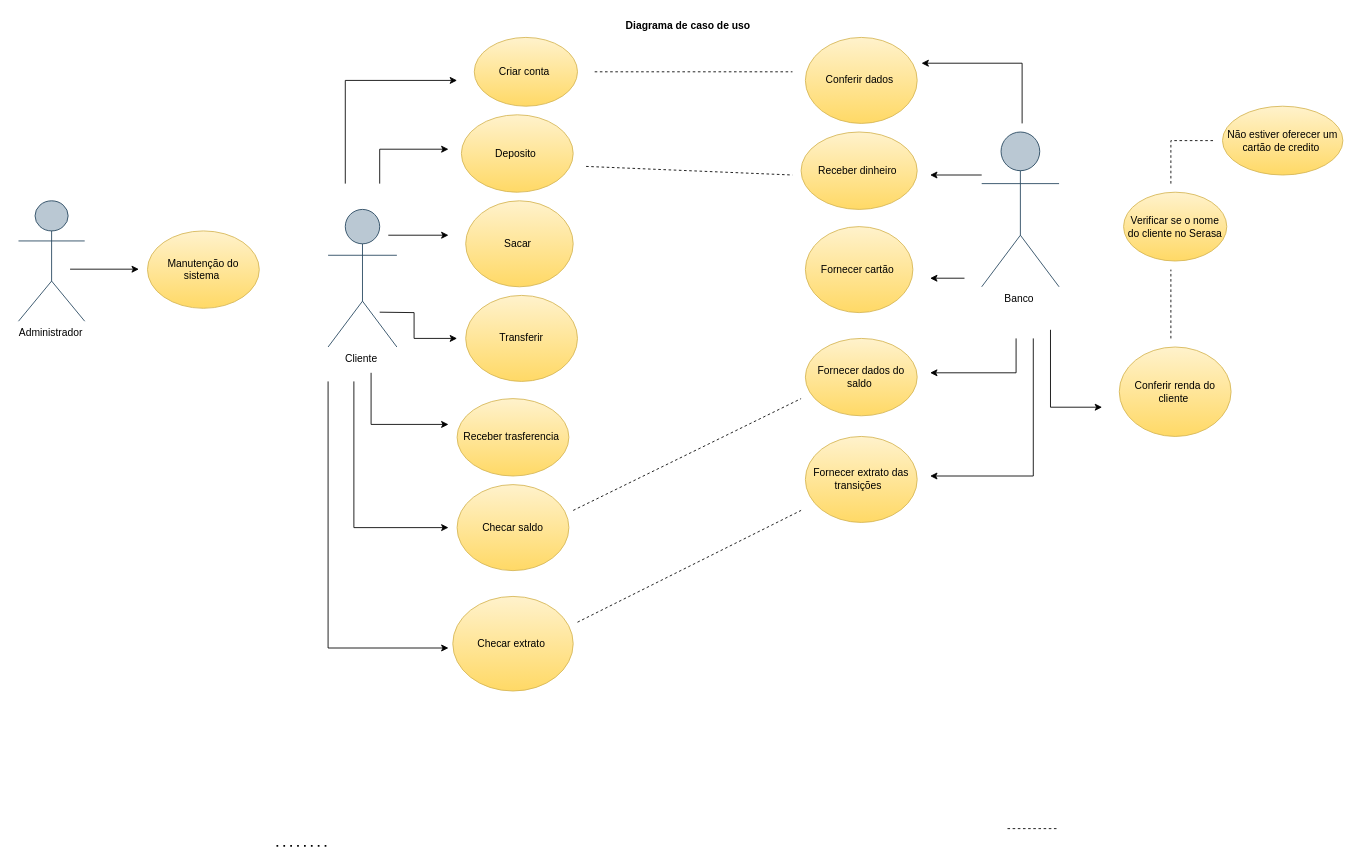
The draw.io diagram page "Página-5" (5 of 12) of Diagrama aula.drawio in maysa158/diagramasderequisitos, before the edit. Source tidied: cells renumbered, new cells numbered last; positions are measured from the earlier drawing's top-left corner, leaving out a move shared by most shapes. Both pictures are drawn from the tidied source at 86%, with x=0, y=0 at pixel (18, 15).
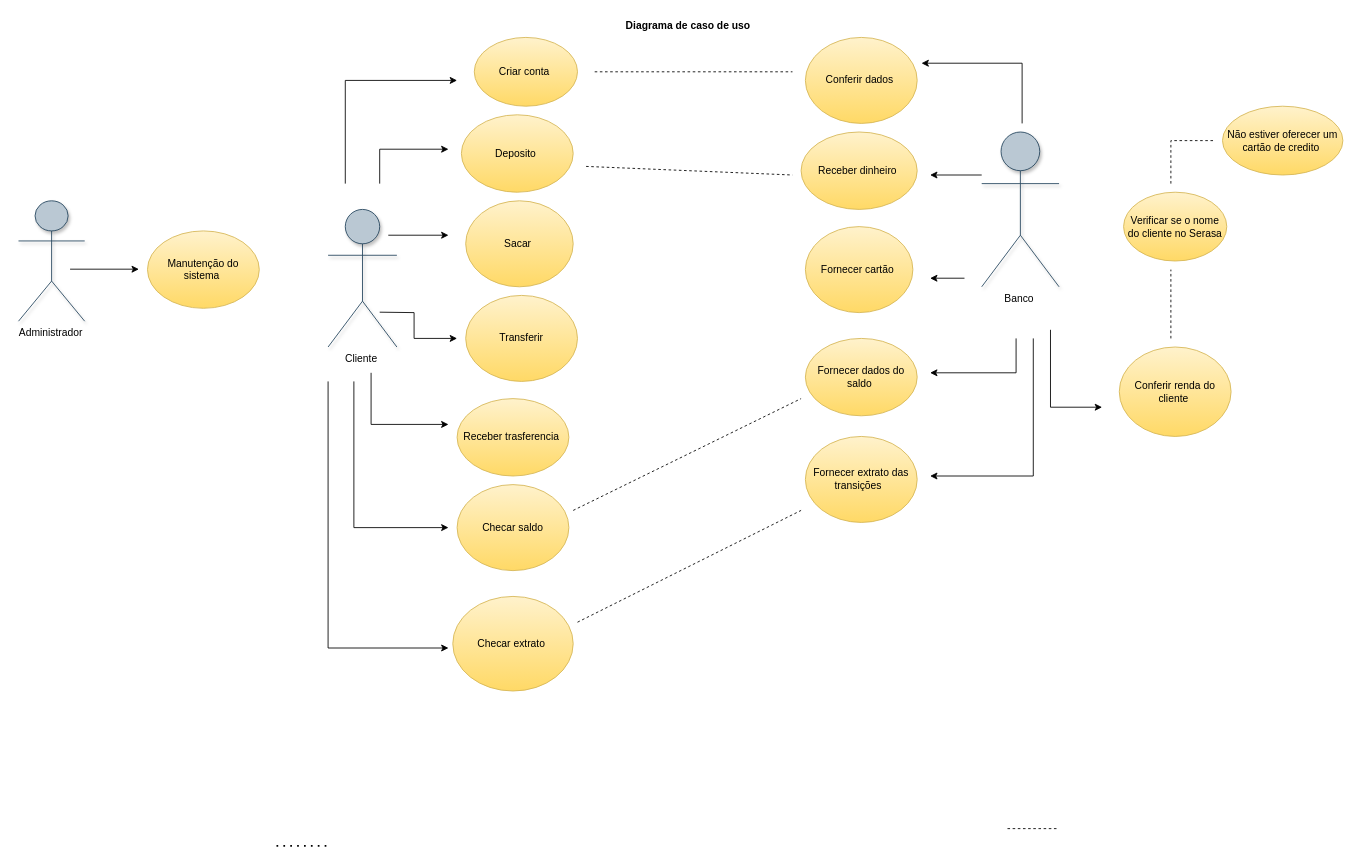
The same page after the edit.

Change to the diagram source:
```diff
@@
-    <mxCell id="4" value="Cliente&amp;nbsp;" style="shape=umlActor;verticalLabelPosition=bottom;verticalAlign=top;html=1;fillColor=#bac8d3;strokeColor=#23445d;" parent="1" vertex="1">
+    <mxCell id="4" value="Cliente&amp;nbsp;" style="shape=umlActor;verticalLabelPosition=bottom;verticalAlign=top;html=1;fillColor=#bac8d3;strokeColor=#23445d;shadow=1;" parent="1" vertex="1">
       <mxGeometry x="360" y="226" width="80" height="160" as="geometry" />
     </mxCell>
@@
-    <mxCell id="10" value="Banco&amp;nbsp;" style="shape=umlActor;verticalLabelPosition=bottom;verticalAlign=top;html=1;fillColor=#bac8d3;strokeColor=#23445d;" parent="1" vertex="1">
+    <mxCell id="10" value="Banco&amp;nbsp;" style="shape=umlActor;verticalLabelPosition=bottom;verticalAlign=top;html=1;fillColor=#bac8d3;strokeColor=#23445d;shadow=1;" parent="1" vertex="1">
       <mxGeometry x="1120" y="136" width="90" height="180" as="geometry" />
     </mxCell>
@@
-    <mxCell id="40" value="Administrador&amp;nbsp;" style="shape=umlActor;verticalLabelPosition=bottom;verticalAlign=top;html=1;fillColor=#bac8d3;strokeColor=#23445d;" parent="1" vertex="1">
+    <mxCell id="40" value="Administrador&amp;nbsp;" style="shape=umlActor;verticalLabelPosition=bottom;verticalAlign=top;html=1;fillColor=#bac8d3;strokeColor=#23445d;shadow=1;" parent="1" vertex="1">
       <mxGeometry y="216" width="77" height="140" as="geometry" />
     </mxCell>
@@
-    <mxCell id="42" value="Manutenção do sistema&amp;nbsp;" style="ellipse;whiteSpace=wrap;html=1;fillColor=#fff2cc;gradientColor=#ffd966;strokeColor=#d6b656;" parent="1" vertex="1">
+    <mxCell id="42" value="Manutenção do sistema&amp;nbsp;" style="ellipse;whiteSpace=wrap;html=1;fillColor=#fff2cc;gradientColor=#ffd966;strokeColor=#d6b656;shadow=0;" parent="1" vertex="1">
       <mxGeometry x="150" y="251" width="130" height="90" as="geometry" />
     </mxCell>
```
